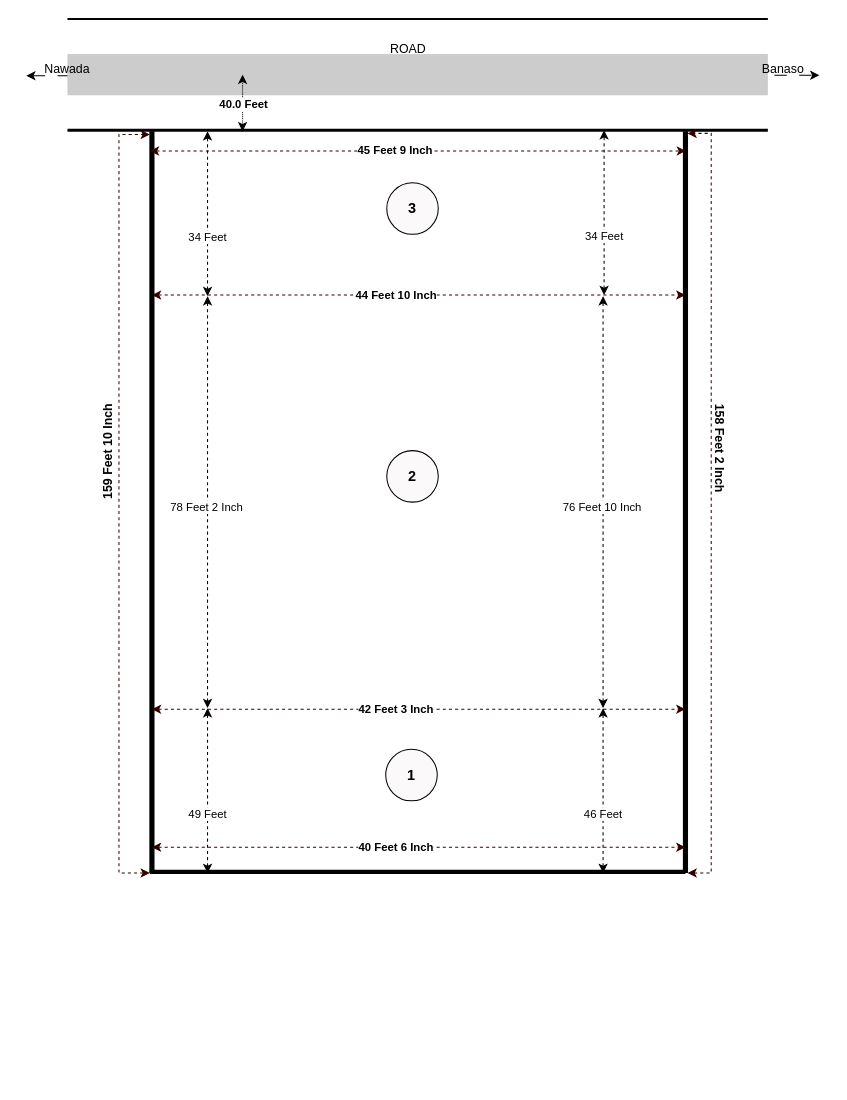
Earlier version of the draw.io diagram drawing/banaso-land/Untitled Diagram.drawio (javabrown/draw.io). Source tidied: cells renumbered, new cells numbered last; positions are measured from the earlier drawing's top-left corner, leaving out a move shared by most shapes. Both pictures are drawn from the tidied source at 103%, with x=0, y=0 at pixel (26, 19).
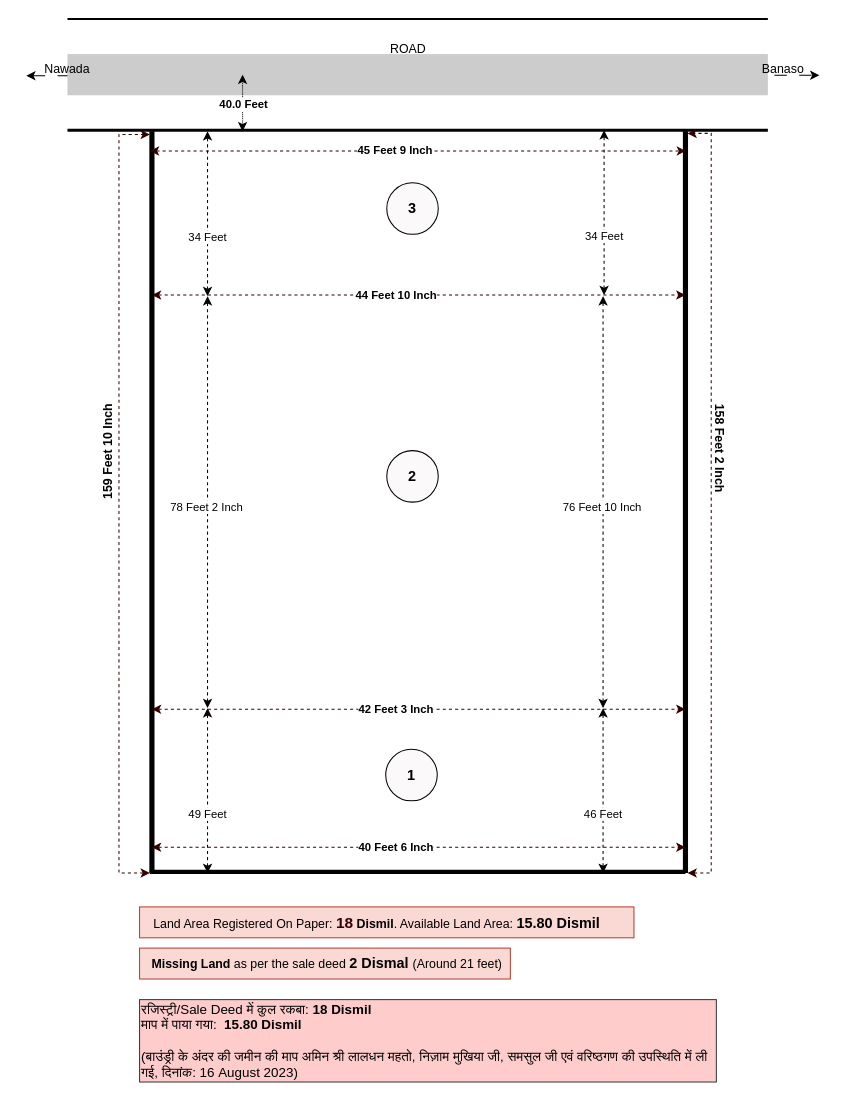
After the change.

The edit, as a diff of the source:
```diff
@@
+    <mxCell id="44" value="&amp;nbsp; &amp;nbsp;&lt;b&gt;Missing Land&lt;/b&gt; as per the sale deed &lt;b&gt;&lt;font style=&quot;font-size: 14px;&quot;&gt;2 Dismal &lt;/font&gt;&lt;/b&gt;(Around 21 feet)" style="text;whiteSpace=wrap;html=1;fillColor=#fad9d5;strokeColor=#ae4132;" parent="1" vertex="1">
+      <mxGeometry x="110" y="902" width="360" height="30" as="geometry" />
+    </mxCell>
+    <mxCell id="45" value="Land Area Registered On Paper: &lt;b&gt;&lt;font color=&quot;#330000&quot; style=&quot;font-size: 15px;&quot;&gt;18&lt;/font&gt;&lt;/b&gt; &lt;b&gt;Dismil&lt;/b&gt;. Available Land Area: &lt;font size=&quot;1&quot; style=&quot;&quot;&gt;&lt;b style=&quot;font-size: 14px;&quot;&gt;15.80 Dismil&lt;/b&gt;&lt;/font&gt;&amp;nbsp; &amp;nbsp; &amp;nbsp;&amp;nbsp;" style="text;html=1;align=center;verticalAlign=middle;strokeColor=#ae4132;fillColor=#fad9d5;" parent="1" vertex="1">
+      <mxGeometry x="110" y="862" width="480" height="30" as="geometry" />
+    </mxCell>
+    <mxCell id="46" value="&lt;div style=&quot;font-size: 13px;&quot;&gt;रजिस्ट्री/Sale Deed में कुल रकबा: &lt;b style=&quot;font-size: 13px;&quot;&gt;18 Dismil&lt;/b&gt;&amp;nbsp; &amp;nbsp; &amp;nbsp; &amp;nbsp;&lt;/div&gt;&lt;div style=&quot;font-size: 13px;&quot;&gt;माप में पाया गया:&amp;nbsp; &lt;b style=&quot;font-size: 13px;&quot;&gt;15.80 Dismil&lt;/b&gt;&lt;/div&gt;&lt;div style=&quot;font-size: 13px;&quot;&gt;&lt;br style=&quot;font-size: 13px;&quot;&gt;&lt;/div&gt;&lt;div style=&quot;font-size: 13px;&quot;&gt;(बाउंड्री के अंदर की जमीन की माप अमिन श्री लालधन महतो, निज़ाम मुखिया जी, समसुल जी एवं वरिष्ठगण की उपस्थिति में ली गई, दिनांक: 16 August 2023)&lt;/div&gt;" style="text;html=1;align=left;verticalAlign=middle;whiteSpace=wrap;rounded=0;strokeColor=#36393d;fillColor=#ffcccc;fontSize=13;" parent="1" vertex="1">
+      <mxGeometry x="110" y="952" width="560" height="80" as="geometry" />
+    </mxCell>
```
